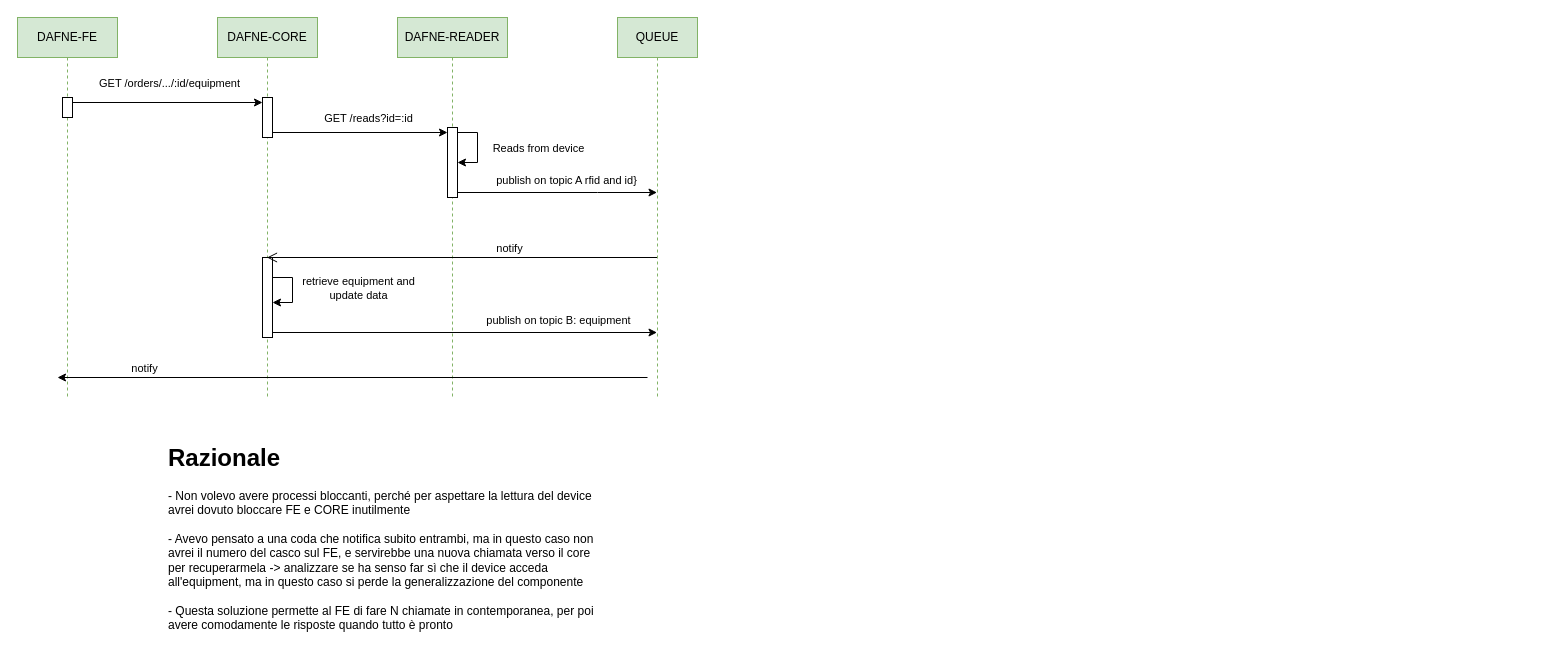
This is rfid_readers.drawio from Daviderendina/DAFNE, a draw.io file, before an edit. Source tidied: cells renumbered, new cells numbered last; positions are measured from the earlier drawing's top-left corner, leaving out a move shared by most shapes. Both pictures are drawn from the tidied source at 100%, with x=0, y=0 at pixel (17, 17).
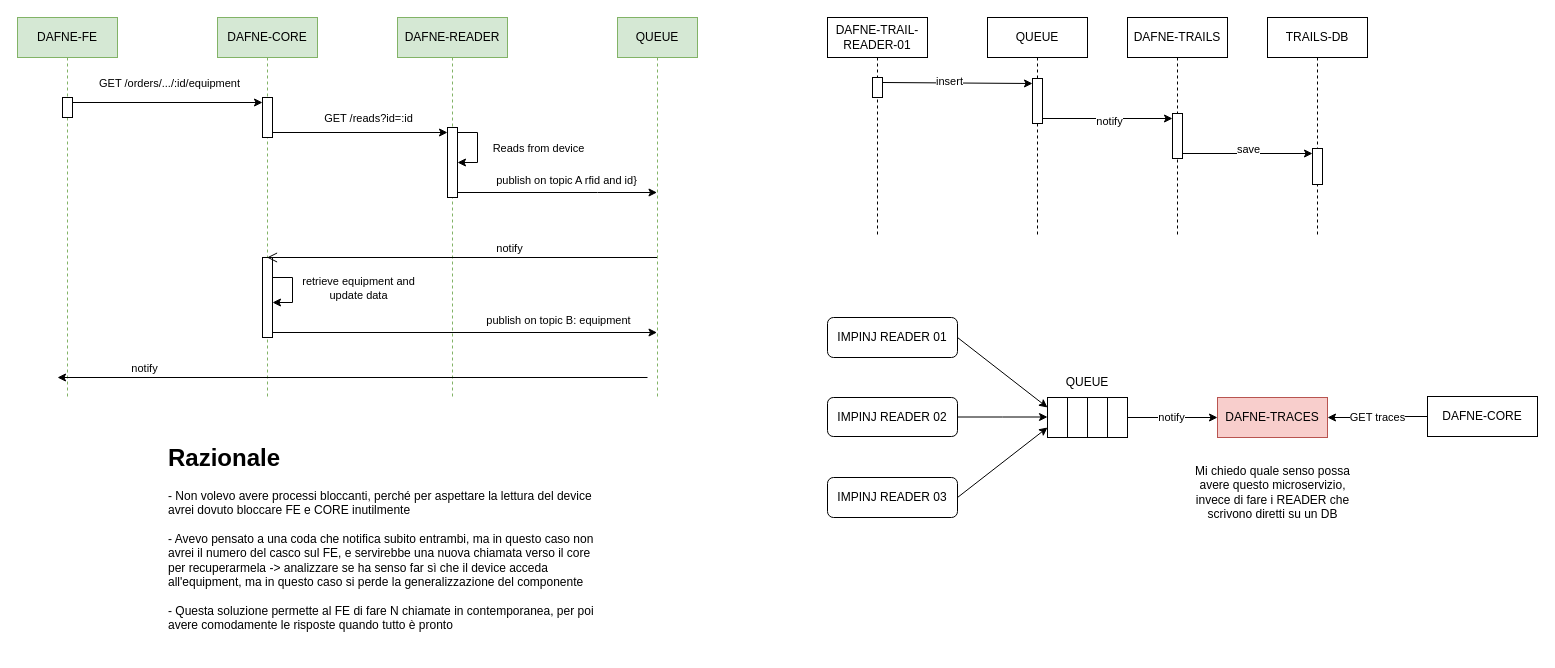
Above is the later version.

Diff of the diagram source:
```diff
@@
+    <mxCell id="27" value="DAFNE-TRAIL-READER-01" style="shape=umlLifeline;perimeter=lifelinePerimeter;whiteSpace=wrap;html=1;newEdgeStyle={&quot;curved&quot;:0,&quot;rounded&quot;:0};" parent="1" vertex="1">
+      <mxGeometry x="810" width="100" height="220" as="geometry" />
+    </mxCell>
+    <mxCell id="28" style="html=1;points=[[0,0,0,0,5],[0,1,0,0,-5],[1,0,0,0,5],[1,1,0,0,-5]];perimeter=orthogonalPerimeter;outlineConnect=0;targetShapes=umlLifeline;portConstraint=eastwest;newEdgeStyle={&quot;curved&quot;:0,&quot;rounded&quot;:0};" parent="27" vertex="1">
+      <mxGeometry x="45" y="60" width="10" height="20" as="geometry" />
+    </mxCell>
+    <mxCell id="29" value="DAFNE-TRAILS" style="shape=umlLifeline;perimeter=lifelinePerimeter;whiteSpace=wrap;html=1;newEdgeStyle={&quot;curved&quot;:0,&quot;rounded&quot;:0};" parent="1" vertex="1">
+      <mxGeometry x="1110" width="100" height="220" as="geometry" />
+    </mxCell>
+    <mxCell id="30" style="html=1;points=[[0,0,0,0,5],[0,1,0,0,-5],[1,0,0,0,5],[1,1,0,0,-5]];perimeter=orthogonalPerimeter;outlineConnect=0;targetShapes=umlLifeline;portConstraint=eastwest;newEdgeStyle={&quot;curved&quot;:0,&quot;rounded&quot;:0};" parent="29" vertex="1">
+      <mxGeometry x="45" y="96" width="10" height="45" as="geometry" />
+    </mxCell>
+    <mxCell id="31" style="edgeStyle=orthogonalEdgeStyle;rounded=0;jettySize=auto;html=1;curved=0;exitX=1;exitY=0;exitDx=0;exitDy=5;exitPerimeter=0;entryX=0;entryY=0;entryDx=0;entryDy=5;entryPerimeter=0;" parent="1" edge="1" source="28" target="38">
+      <mxGeometry relative="1" as="geometry">
+        <Array as="points">
+          <mxPoint x="1015" y="65" />
+        </Array>
+      </mxGeometry>
+    </mxCell>
+    <mxCell id="32" value="insert" style="edgeLabel;html=1;align=center;verticalAlign=middle;" parent="31" vertex="1">
+      <mxGeometry x="-0.12" y="2" relative="1" as="geometry" />
+    </mxCell>
+    <mxCell id="33" value="TRAILS-DB" style="shape=umlLifeline;perimeter=lifelinePerimeter;whiteSpace=wrap;html=1;newEdgeStyle={&quot;curved&quot;:0,&quot;rounded&quot;:0};" parent="1" vertex="1">
+      <mxGeometry x="1250" width="100" height="220" as="geometry" />
+    </mxCell>
+    <mxCell id="34" style="html=1;points=[[0,0,0,0,5],[0,1,0,0,-5],[1,0,0,0,5],[1,1,0,0,-5]];perimeter=orthogonalPerimeter;outlineConnect=0;targetShapes=umlLifeline;portConstraint=eastwest;newEdgeStyle={&quot;curved&quot;:0,&quot;rounded&quot;:0};" parent="33" vertex="1">
+      <mxGeometry x="45" y="131" width="10" height="36" as="geometry" />
+    </mxCell>
+    <mxCell id="35" style="edgeStyle=orthogonalEdgeStyle;rounded=0;jettySize=auto;html=1;curved=0;exitX=1;exitY=1;exitDx=0;exitDy=-5;exitPerimeter=0;entryX=0;entryY=0;entryDx=0;entryDy=5;entryPerimeter=0;" parent="1" edge="1" source="30" target="34">
+      <mxGeometry relative="1" as="geometry" />
+    </mxCell>
+    <mxCell id="36" value="save" style="edgeLabel;html=1;align=center;verticalAlign=middle;" parent="35" vertex="1">
+      <mxGeometry x="-0.29" y="-1" relative="1" as="geometry">
+        <mxPoint x="19" y="-6" as="offset" />
+      </mxGeometry>
+    </mxCell>
+    <mxCell id="37" value="QUEUE" style="shape=umlLifeline;perimeter=lifelinePerimeter;whiteSpace=wrap;html=1;newEdgeStyle={&quot;curved&quot;:0,&quot;rounded&quot;:0};" parent="1" vertex="1">
+      <mxGeometry x="970" width="100" height="220" as="geometry" />
+    </mxCell>
+    <mxCell id="38" style="html=1;points=[[0,0,0,0,5],[0,1,0,0,-5],[1,0,0,0,5],[1,1,0,0,-5]];perimeter=orthogonalPerimeter;outlineConnect=0;targetShapes=umlLifeline;portConstraint=eastwest;newEdgeStyle={&quot;curved&quot;:0,&quot;rounded&quot;:0};" parent="37" vertex="1">
+      <mxGeometry x="45" y="61" width="10" height="45" as="geometry" />
+    </mxCell>
+    <mxCell id="39" style="edgeStyle=orthogonalEdgeStyle;rounded=0;jettySize=auto;html=1;curved=0;exitX=1;exitY=1;exitDx=0;exitDy=-5;exitPerimeter=0;entryX=0;entryY=0;entryDx=0;entryDy=5;entryPerimeter=0;" parent="1" edge="1" source="38" target="30">
+      <mxGeometry relative="1" as="geometry" />
+    </mxCell>
+    <mxCell id="40" value="notify" style="edgeLabel;html=1;align=center;verticalAlign=middle;" parent="39" vertex="1">
+      <mxGeometry x="0.02" y="-2" relative="1" as="geometry" />
+    </mxCell>
+    <mxCell id="41" style="rounded=0;jettySize=auto;html=1;entryX=0;entryY=0.25;entryDx=0;entryDy=0;exitX=1;exitY=0.5;exitDx=0;exitDy=0;" parent="1" edge="1" source="42" target="49">
+      <mxGeometry relative="1" as="geometry" />
+    </mxCell>
+    <mxCell id="42" value="IMPINJ READER 01" style="rounded=1;whiteSpace=wrap;html=1;" parent="1" vertex="1">
+      <mxGeometry x="810" y="300" width="130" height="40" as="geometry" />
+    </mxCell>
+    <mxCell id="43" style="edgeStyle=orthogonalEdgeStyle;rounded=0;jettySize=auto;html=1;" parent="1" edge="1" source="44">
+      <mxGeometry relative="1" as="geometry">
+        <mxPoint x="1030" y="399.5" as="targetPoint" />
+      </mxGeometry>
+    </mxCell>
+    <mxCell id="44" value="IMPINJ READER 02" style="rounded=1;whiteSpace=wrap;html=1;" parent="1" vertex="1">
+      <mxGeometry x="810" y="380" width="130" height="39" as="geometry" />
+    </mxCell>
+    <mxCell id="45" style="rounded=0;jettySize=auto;html=1;entryX=0;entryY=0.75;entryDx=0;entryDy=0;exitX=1;exitY=0.5;exitDx=0;exitDy=0;" parent="1" edge="1" source="46" target="49">
+      <mxGeometry relative="1" as="geometry" />
+    </mxCell>
+    <mxCell id="46" value="IMPINJ READER 03" style="rounded=1;whiteSpace=wrap;html=1;" parent="1" vertex="1">
+      <mxGeometry x="810" y="460" width="130" height="40" as="geometry" />
+    </mxCell>
+    <mxCell id="47" style="edgeStyle=orthogonalEdgeStyle;rounded=0;jettySize=auto;html=1;entryX=0;entryY=0.5;entryDx=0;entryDy=0;" parent="1" edge="1" source="49" target="54">
+      <mxGeometry relative="1" as="geometry" />
+    </mxCell>
+    <mxCell id="48" value="notify" style="edgeLabel;html=1;align=center;verticalAlign=middle;" parent="47" vertex="1">
+      <mxGeometry x="-0.2" y="4" relative="1" as="geometry">
+        <mxPoint x="7" y="3" as="offset" />
+      </mxGeometry>
+    </mxCell>
+    <mxCell id="49" style="rounded=0;whiteSpace=wrap;html=1;" parent="1" vertex="1">
+      <mxGeometry x="1030" y="380" width="80" height="40" as="geometry" />
+    </mxCell>
+    <mxCell id="50" style="endArrow=none;html=1;rounded=0;entryX=0.25;entryY=0;entryDx=0;entryDy=0;exitX=0.25;exitY=1;exitDx=0;exitDy=0;" parent="1" edge="1" source="49" target="49">
+      <mxGeometry relative="1" as="geometry" />
+    </mxCell>
+    <mxCell id="51" style="endArrow=none;html=1;rounded=0;entryX=0.5;entryY=0;entryDx=0;entryDy=0;exitX=0.5;exitY=1;exitDx=0;exitDy=0;" parent="1" edge="1" source="49" target="49">
+      <mxGeometry relative="1" as="geometry" />
+    </mxCell>
+    <mxCell id="52" style="endArrow=none;html=1;rounded=0;entryX=0.75;entryY=0;entryDx=0;entryDy=0;exitX=0.75;exitY=1;exitDx=0;exitDy=0;" parent="1" edge="1" source="49" target="49">
+      <mxGeometry relative="1" as="geometry" />
+    </mxCell>
+    <mxCell id="53" value="QUEUE" style="text;html=1;align=center;verticalAlign=middle;whiteSpace=wrap;rounded=0;" parent="1" vertex="1">
+      <mxGeometry x="1040" y="350" width="60" height="30" as="geometry" />
+    </mxCell>
+    <mxCell id="54" value="DAFNE-TRACES" style="rounded=0;whiteSpace=wrap;html=1;fillColor=#f8cecc;strokeColor=#b85450;" parent="1" vertex="1">
+      <mxGeometry x="1200" y="380" width="110" height="40" as="geometry" />
+    </mxCell>
+    <mxCell id="55" style="edgeStyle=orthogonalEdgeStyle;rounded=0;jettySize=auto;html=1;entryX=1;entryY=0.5;entryDx=0;entryDy=0;" parent="1" edge="1" source="57" target="54">
+      <mxGeometry relative="1" as="geometry" />
+    </mxCell>
+    <mxCell id="56" value="GET traces" style="edgeLabel;html=1;align=center;verticalAlign=middle;" parent="55" vertex="1">
+      <mxGeometry x="0.28" y="3" relative="1" as="geometry">
+        <mxPoint x="13" y="-4" as="offset" />
+      </mxGeometry>
+    </mxCell>
+    <mxCell id="57" value="DAFNE-CORE" style="rounded=0;whiteSpace=wrap;html=1;" parent="1" vertex="1">
+      <mxGeometry x="1410" y="379" width="110" height="40" as="geometry" />
+    </mxCell>
+    <mxCell id="58" value="Mi chiedo quale senso possa avere questo microservizio, invece di fare i READER che scrivono diretti su un DB" style="text;html=1;align=center;verticalAlign=middle;whiteSpace=wrap;rounded=0;" parent="1" vertex="1">
+      <mxGeometry x="1167.5" y="440" width="175" height="70" as="geometry" />
+    </mxCell>
```
